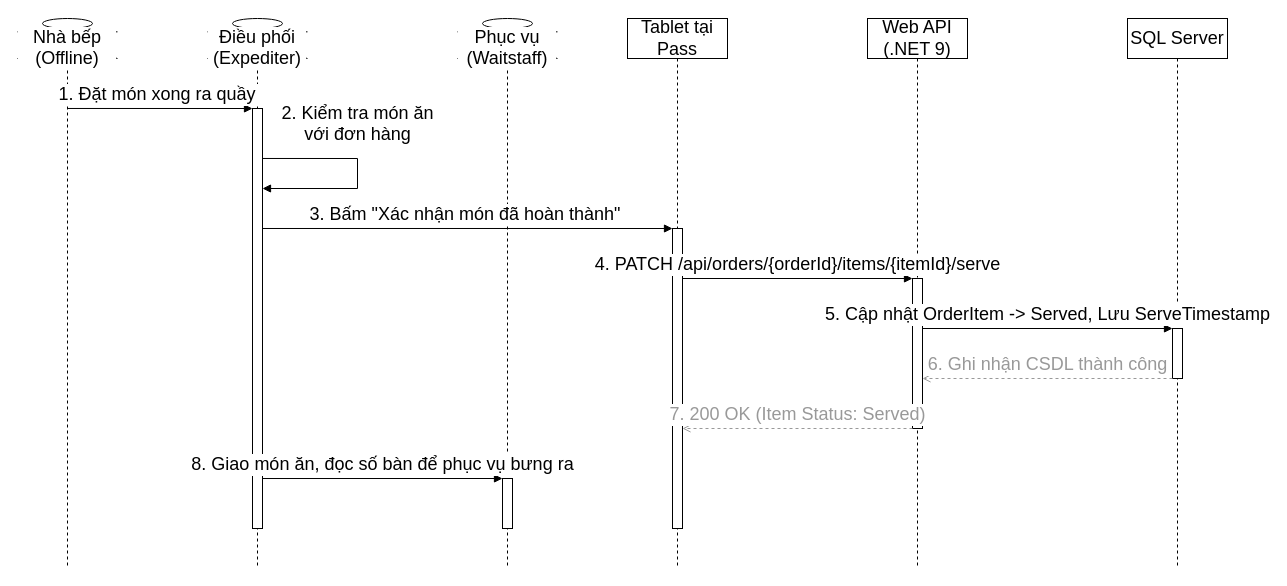
Earlier version of the draw.io diagram docs/phase1/drawio/sd03_serving_confirmation.drawio (AndrewQng/VinDining). Source tidied: cells renumbered, new cells numbered last; positions are measured from the earlier drawing's top-left corner, leaving out a move shared by most shapes. Both pictures are drawn from the tidied source at 100%, with x=0, y=0 at pixel (17, 18).
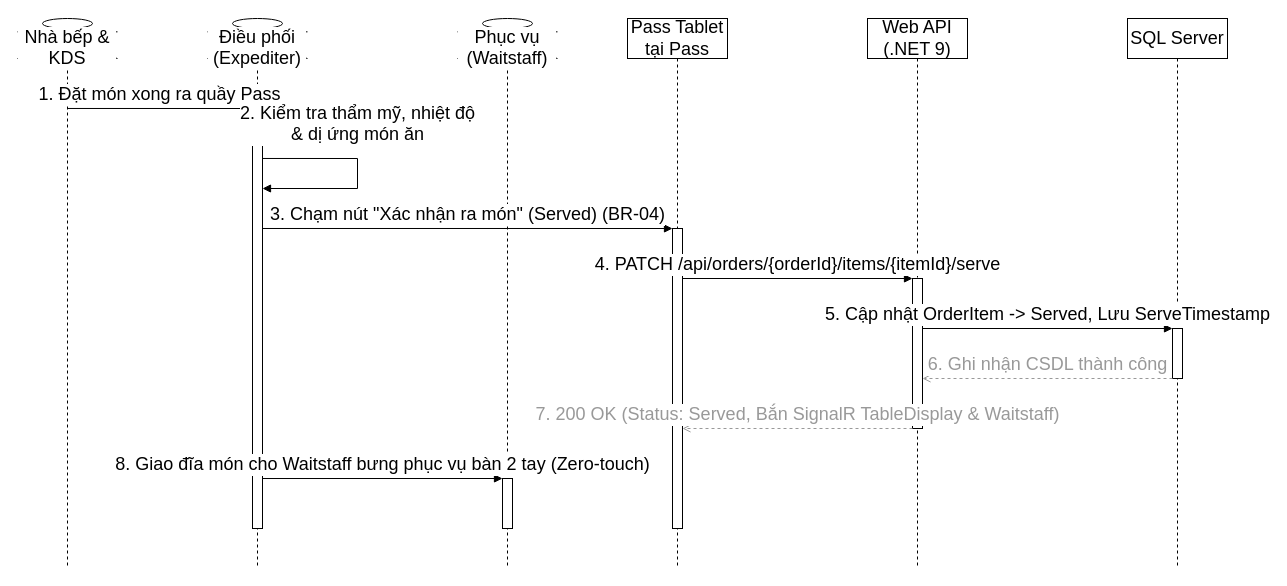
After the change.

The change refers to these unchanged cells:
```xml
<mxCell id="4" style="html=1;points=[];perimeter=orthogonalPerimeter;outlineConnect=0;fillColor=#ffffff;fontSize=18;" parent="3" vertex="1">
  <mxGeometry x="45" y="90" width="10" height="420" as="geometry" />
</mxCell>
<mxCell id="6" style="html=1;points=[];perimeter=orthogonalPerimeter;outlineConnect=0;fillColor=#ffffff;fontSize=18;" parent="5" vertex="1">
  <mxGeometry x="45" y="460" width="10" height="50" as="geometry" />
</mxCell>
<mxCell id="8" style="html=1;points=[];perimeter=orthogonalPerimeter;outlineConnect=0;fillColor=#ffffff;fontSize=18;" parent="7" vertex="1">
  <mxGeometry x="45" y="210" width="10" height="300" as="geometry" />
</mxCell>
<mxCell id="10" style="html=1;points=[];perimeter=orthogonalPerimeter;outlineConnect=0;fillColor=#ffffff;fontSize=18;" parent="9" vertex="1">
  <mxGeometry x="45" y="260" width="10" height="150" as="geometry" />
</mxCell>
```

The edit, as a diff of the source:
```diff
@@
-    <mxCell id="2" value="Nhà bếp (Offline)" style="shape=umlLifeline;perimeter=lifelinePerimeter;whiteSpace=wrap;html=1;outlineConnect=0;portConstraint=eastwest;size=40;participant=umlActor;verticalAlign=bottom;spacingBottom=-14;labelBackgroundColor=#ffffff;fontSize=18;" parent="1" vertex="1">
+    <mxCell id="2" value="Nhà bếp &amp;amp; KDS" style="shape=umlLifeline;perimeter=lifelinePerimeter;whiteSpace=wrap;html=1;outlineConnect=0;portConstraint=eastwest;size=40;participant=umlActor;verticalAlign=bottom;spacingBottom=-14;labelBackgroundColor=#ffffff;fontSize=18;" parent="1" vertex="1">
       <mxGeometry width="100" height="550" as="geometry" />
     </mxCell>
@@
-    <mxCell id="7" value="Tablet tại Pass" style="shape=umlLifeline;perimeter=lifelinePerimeter;whiteSpace=wrap;html=1;size=40;fontSize=18;" parent="1" vertex="1">
+    <mxCell id="7" value="Pass Tablet tại Pass" style="shape=umlLifeline;perimeter=lifelinePerimeter;whiteSpace=wrap;html=1;size=40;fontSize=18;" parent="1" vertex="1">
       <mxGeometry x="610" width="100" height="550" as="geometry" />
     </mxCell>
@@
-    <mxCell id="13" value="1. Đặt món xong ra quầy&amp;nbsp;" style="html=1;verticalAlign=bottom;endArrow=block;curved=0;rounded=0;exitX=0.5;exitY=0.1636;entryX=0;entryY=0.0;fontSize=18;" parent="1" edge="1" source="2" target="4">
+    <mxCell id="13" value="1. Đặt món xong ra quầy Pass" style="html=1;verticalAlign=bottom;endArrow=block;curved=0;rounded=0;exitX=0.5;exitY=0.1636;entryX=0;entryY=0.0;fontSize=18;" parent="1" edge="1" source="2" target="4">
       <mxGeometry relative="1" as="geometry" />
     </mxCell>
-    <mxCell id="14" value="2. Kiểm tra món ăn&lt;div&gt;&amp;nbsp;với đơn hàng&amp;nbsp;&lt;/div&gt;" style="html=1;verticalAlign=bottom;endArrow=block;curved=0;rounded=0;exitX=1;exitY=0.119;entryX=1;entryY=0.1905;fontSize=18;" parent="1" edge="1" source="4" target="4">
+    <mxCell id="14" value="2. Kiểm tra thẩm mỹ, nhiệt độ&lt;div&gt;&amp;amp; dị ứng món ăn&lt;/div&gt;" style="html=1;verticalAlign=bottom;endArrow=block;curved=0;rounded=0;exitX=1;exitY=0.119;entryX=1;entryY=0.1905;fontSize=18;" parent="1" edge="1" source="4" target="4">
       <mxGeometry x="-0.14" y="10" relative="1" as="geometry">
         <Array as="points">
           <mxPoint x="340" y="140" />
           <mxPoint x="340" y="170" />
         </Array>
         <mxPoint x="-10" y="-10" as="offset" />
       </mxGeometry>
     </mxCell>
-    <mxCell id="15" value="3. Bấm &quot;Xác nhận món đã hoàn thành&quot;&amp;nbsp;" style="html=1;verticalAlign=bottom;endArrow=block;curved=0;rounded=0;exitX=1;exitY=0.2857;entryX=0;entryY=0.0;fontSize=18;" parent="1" edge="1" source="4" target="8">
+    <mxCell id="15" value="3. Chạm nút &quot;Xác nhận ra món&quot; (Served) (BR-04)" style="html=1;verticalAlign=bottom;endArrow=block;curved=0;rounded=0;exitX=1;exitY=0.2857;entryX=0;entryY=0.0;fontSize=18;" parent="1" edge="1" source="4" target="8">
       <mxGeometry relative="1" as="geometry" />
     </mxCell>
@@
-    <mxCell id="19" value="7. 200 OK (Item Status: Served)" style="html=1;verticalAlign=bottom;endArrow=open;dashed=1;curved=0;rounded=0;strokeColor=#999999;fontColor=#999999;exitX=0;exitY=1.0;entryX=1;entryY=0.6667;fontSize=18;" parent="1" edge="1" source="10" target="8">
+    <mxCell id="19" value="7. 200 OK (Status: Served, Bắn SignalR TableDisplay &amp;amp; Waitstaff)" style="html=1;verticalAlign=bottom;endArrow=open;dashed=1;curved=0;rounded=0;strokeColor=#999999;fontColor=#999999;exitX=0;exitY=1.0;entryX=1;entryY=0.6667;fontSize=18;" parent="1" edge="1" source="10" target="8">
       <mxGeometry relative="1" as="geometry" />
     </mxCell>
-    <mxCell id="20" value="8. Giao món ăn, đọc số bàn để phục vụ bưng ra" style="html=1;verticalAlign=bottom;endArrow=block;curved=0;rounded=0;exitX=1;exitY=0.881;entryX=0;entryY=0.0;fontSize=18;" parent="1" edge="1" source="4" target="6">
+    <mxCell id="20" value="8. Giao đĩa món cho Waitstaff bưng phục vụ bàn 2 tay (Zero-touch)" style="html=1;verticalAlign=bottom;endArrow=block;curved=0;rounded=0;exitX=1;exitY=0.881;entryX=0;entryY=0.0;fontSize=18;" parent="1" edge="1" source="4" target="6">
       <mxGeometry relative="1" as="geometry" />
     </mxCell>
```
